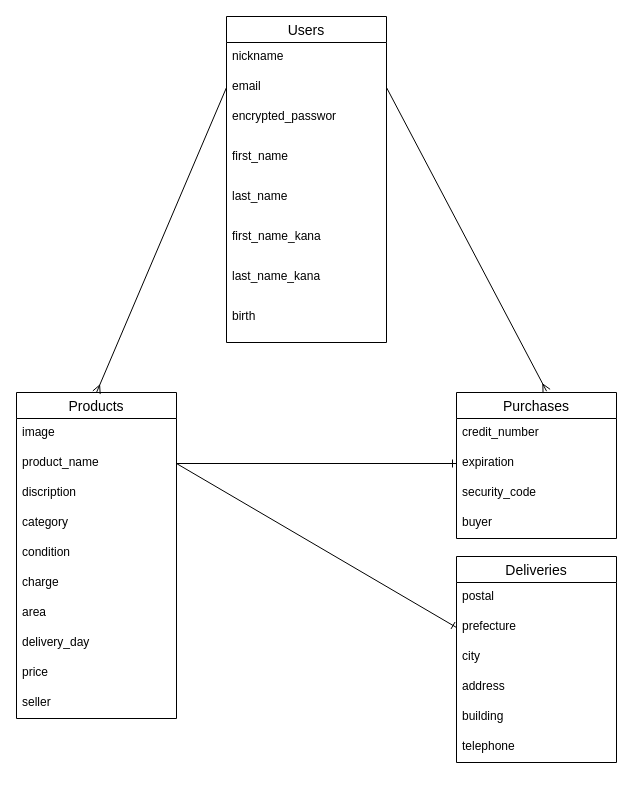
TashiNao/furima-37763 keeps this draw.io diagram as er.dio. Above is the earlier version. Source tidied: cells renumbered, new cells numbered last; positions are measured from the earlier drawing's top-left corner, leaving out a move shared by most shapes. Both pictures are drawn from the tidied source at 100%, with x=0, y=0 at pixel (16, 16).
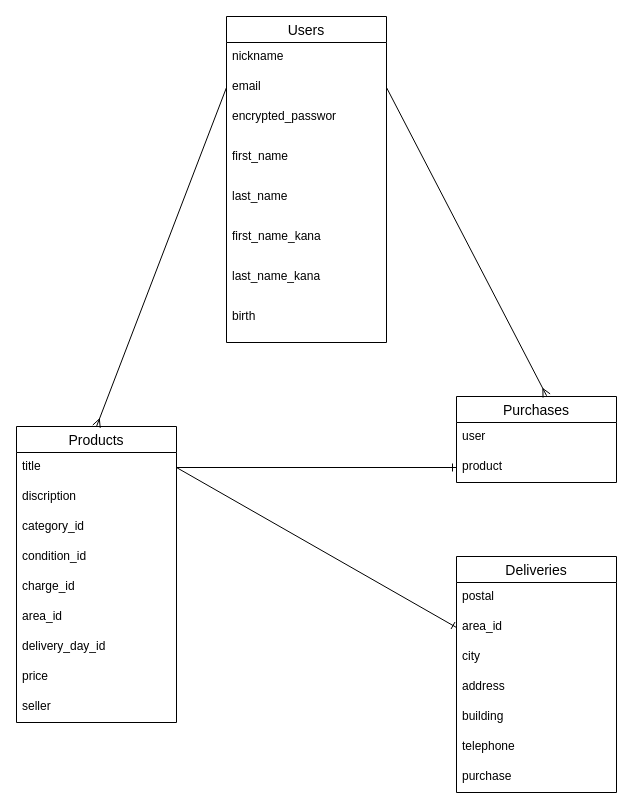
The same page after the edit.

Diff of the diagram source:
```diff
@@
     <mxCell id="11" value="Purchases" style="swimlane;fontStyle=0;horizontal=1;startSize=26;align=center;fontSize=14;" parent="1" vertex="1">
-      <mxGeometry x="440" y="376" width="160" height="146" as="geometry" />
+      <mxGeometry x="440" y="380" width="160" height="86" as="geometry" />
     </mxCell>
-    <mxCell id="12" value="credit_number" style="text;strokeColor=none;fillColor=none;spacingLeft=4;spacingRight=4;overflow=hidden;fontSize=12;" parent="11" vertex="1">
+    <mxCell id="12" value="user" style="text;strokeColor=none;fillColor=none;spacingLeft=4;spacingRight=4;overflow=hidden;fontSize=12;" parent="11" vertex="1">
       <mxGeometry y="26" width="160" height="30" as="geometry" />
     </mxCell>
-    <mxCell id="13" value="expiration" style="text;strokeColor=none;fillColor=none;spacingLeft=4;spacingRight=4;overflow=hidden;points=[[0,0.5],[1,0.5]];portConstraint=eastwest;fontSize=12;" parent="11" vertex="1">
+    <mxCell id="13" value="product" style="text;strokeColor=none;fillColor=none;spacingLeft=4;spacingRight=4;overflow=hidden;points=[[0,0.5],[1,0.5]];portConstraint=eastwest;fontSize=12;" parent="11" vertex="1">
       <mxGeometry y="56" width="160" height="30" as="geometry" />
     </mxCell>
-    <mxCell id="14" value="security_code" style="text;strokeColor=none;fillColor=none;spacingLeft=4;spacingRight=4;overflow=hidden;fontSize=12;" parent="11" vertex="1">
-      <mxGeometry y="86" width="160" height="30" as="geometry" />
-    </mxCell>
-    <mxCell id="15" value="buyer" style="text;strokeColor=none;fillColor=none;spacingLeft=4;spacingRight=4;overflow=hidden;fontSize=12;" parent="11" vertex="1">
-      <mxGeometry y="116" width="160" height="30" as="geometry" />
-    </mxCell>
     <mxCell id="16" value="Products" style="swimlane;fontStyle=0;horizontal=1;startSize=26;align=center;fontSize=14;" parent="1" vertex="1">
-      <mxGeometry y="376" width="160" height="326" as="geometry" />
+      <mxGeometry y="410" width="160" height="296" as="geometry" />
     </mxCell>
-    <mxCell id="17" value="image" style="text;strokeColor=none;fillColor=none;spacingLeft=4;spacingRight=4;overflow=hidden;fontSize=12;" parent="16" vertex="1">
-      <mxGeometry y="26" width="160" height="30" as="geometry" />
-    </mxCell>
-    <mxCell id="18" value="product_name" style="text;strokeColor=none;fillColor=none;spacingLeft=4;spacingRight=4;overflow=hidden;points=[[0,0.5],[1,0.5]];portConstraint=eastwest;fontSize=12;" parent="16" vertex="1">
-      <mxGeometry y="56" width="160" height="30" as="geometry" />
+    <mxCell id="18" value="title" style="text;strokeColor=none;fillColor=none;spacingLeft=4;spacingRight=4;overflow=hidden;points=[[0,0.5],[1,0.5]];portConstraint=eastwest;fontSize=12;" parent="16" vertex="1">
+      <mxGeometry y="26" width="160" height="30" as="geometry" />
     </mxCell>
     <mxCell id="19" value="discription" style="text;strokeColor=none;fillColor=none;spacingLeft=4;spacingRight=4;overflow=hidden;fontSize=12;" parent="16" vertex="1">
-      <mxGeometry y="86" width="160" height="30" as="geometry" />
+      <mxGeometry y="56" width="160" height="30" as="geometry" />
     </mxCell>
-    <mxCell id="20" value="category" style="text;strokeColor=none;fillColor=none;spacingLeft=4;spacingRight=4;overflow=hidden;fontSize=12;" parent="16" vertex="1">
-      <mxGeometry y="116" width="160" height="30" as="geometry" />
+    <mxCell id="20" value="category_id" style="text;strokeColor=none;fillColor=none;spacingLeft=4;spacingRight=4;overflow=hidden;fontSize=12;" parent="16" vertex="1">
+      <mxGeometry y="86" width="160" height="30" as="geometry" />
     </mxCell>
-    <mxCell id="21" value="condition" style="text;strokeColor=none;fillColor=none;spacingLeft=4;spacingRight=4;overflow=hidden;fontSize=12;" parent="16" vertex="1">
-      <mxGeometry y="146" width="160" height="30" as="geometry" />
+    <mxCell id="21" value="condition_id" style="text;strokeColor=none;fillColor=none;spacingLeft=4;spacingRight=4;overflow=hidden;fontSize=12;" parent="16" vertex="1">
+      <mxGeometry y="116" width="160" height="30" as="geometry" />
     </mxCell>
-    <mxCell id="22" value="charge" style="text;strokeColor=none;fillColor=none;spacingLeft=4;spacingRight=4;overflow=hidden;fontSize=12;" parent="16" vertex="1">
-      <mxGeometry y="176" width="160" height="30" as="geometry" />
+    <mxCell id="22" value="charge_id" style="text;strokeColor=none;fillColor=none;spacingLeft=4;spacingRight=4;overflow=hidden;fontSize=12;" parent="16" vertex="1">
+      <mxGeometry y="146" width="160" height="30" as="geometry" />
     </mxCell>
-    <mxCell id="23" value="area" style="text;strokeColor=none;fillColor=none;spacingLeft=4;spacingRight=4;overflow=hidden;fontSize=12;" parent="16" vertex="1">
-      <mxGeometry y="206" width="160" height="30" as="geometry" />
+    <mxCell id="23" value="area_id" style="text;strokeColor=none;fillColor=none;spacingLeft=4;spacingRight=4;overflow=hidden;fontSize=12;" parent="16" vertex="1">
+      <mxGeometry y="176" width="160" height="30" as="geometry" />
     </mxCell>
-    <mxCell id="24" value="delivery_day" style="text;strokeColor=none;fillColor=none;spacingLeft=4;spacingRight=4;overflow=hidden;fontSize=12;" parent="16" vertex="1">
-      <mxGeometry y="236" width="160" height="30" as="geometry" />
+    <mxCell id="24" value="delivery_day_id" style="text;strokeColor=none;fillColor=none;spacingLeft=4;spacingRight=4;overflow=hidden;fontSize=12;" parent="16" vertex="1">
+      <mxGeometry y="206" width="160" height="30" as="geometry" />
     </mxCell>
     <mxCell id="25" value="price" style="text;strokeColor=none;fillColor=none;spacingLeft=4;spacingRight=4;overflow=hidden;fontSize=12;" parent="16" vertex="1">
-      <mxGeometry y="266" width="160" height="30" as="geometry" />
+      <mxGeometry y="236" width="160" height="30" as="geometry" />
     </mxCell>
     <mxCell id="26" value="seller" style="text;strokeColor=none;fillColor=none;spacingLeft=4;spacingRight=4;overflow=hidden;fontSize=12;" parent="16" vertex="1">
-      <mxGeometry y="296" width="160" height="30" as="geometry" />
+      <mxGeometry y="266" width="160" height="30" as="geometry" />
     </mxCell>
     <mxCell id="27" value="Deliveries" style="swimlane;fontStyle=0;horizontal=1;startSize=26;align=center;fontSize=14;" parent="1" vertex="1">
-      <mxGeometry x="440" y="540" width="160" height="206" as="geometry" />
+      <mxGeometry x="440" y="540" width="160" height="236" as="geometry" />
     </mxCell>
@@
-    <mxCell id="29" value="prefecture" style="text;strokeColor=none;fillColor=none;spacingLeft=4;spacingRight=4;overflow=hidden;points=[[0,0.5],[1,0.5]];portConstraint=eastwest;fontSize=12;" parent="27" vertex="1">
+    <mxCell id="29" value="area_id" style="text;strokeColor=none;fillColor=none;spacingLeft=4;spacingRight=4;overflow=hidden;points=[[0,0.5],[1,0.5]];portConstraint=eastwest;fontSize=12;" parent="27" vertex="1">
       <mxGeometry y="56" width="160" height="30" as="geometry" />
     </mxCell>
@@
+    <mxCell id="38" value="purchase" style="text;strokeColor=none;fillColor=none;spacingLeft=4;spacingRight=4;overflow=hidden;fontSize=12;" parent="27" vertex="1">
+      <mxGeometry y="206" width="160" height="30" as="geometry" />
+    </mxCell>
```
